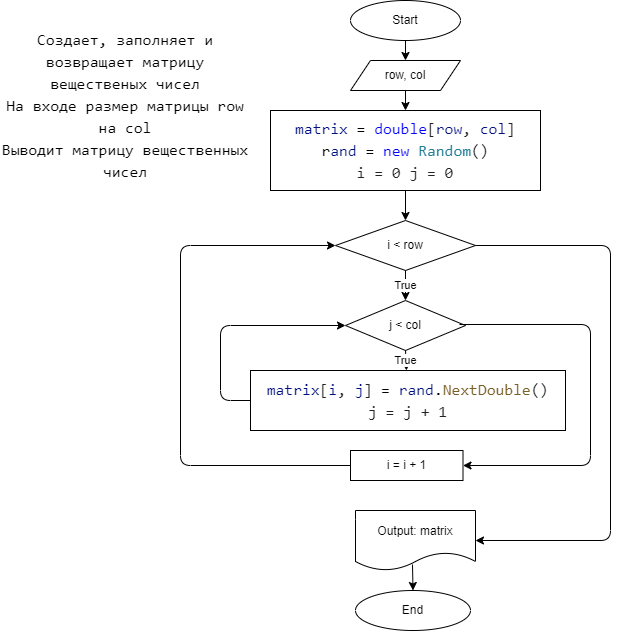
Earlier version of the draw.io export task_47/diagram.drawio.png (kononovaele/HomeTask_7). Source tidied: cells renumbered, new cells last; positions are measured from the earlier drawing's top-left corner, leaving out a move shared by most shapes. Its diagram source:
```xml
<mxGraphModel>
  <root>
    <mxCell id="0" />
    <mxCell id="1" parent="0" />
    <mxCell id="2" value="Start" style="ellipse;whiteSpace=wrap;html=1;" parent="1" vertex="1">
      <mxGeometry x="350" width="110" height="40" as="geometry" />
    </mxCell>
    <mxCell id="3" value="End" style="ellipse;whiteSpace=wrap;html=1;" parent="1" vertex="1">
      <mxGeometry x="355" y="590" width="115" height="40" as="geometry" />
    </mxCell>
    <mxCell id="4" value="&lt;div style=&quot;background-color: rgb(255 , 255 , 255) ; font-family: &amp;#34;consolas&amp;#34; , &amp;#34;courier new&amp;#34; , monospace ; font-size: 16px ; line-height: 22px&quot;&gt;&lt;div&gt;Создает, заполняет и возвращает матрицу вещественых чисел&lt;/div&gt;&lt;div&gt;На входе размер матрицы row на col&lt;/div&gt;&lt;div&gt;Выводит матрицу вещественных чисел&lt;/div&gt;&lt;/div&gt;" style="text;html=1;strokeColor=none;fillColor=none;align=center;verticalAlign=middle;whiteSpace=wrap;rounded=0;" parent="1" vertex="1">
      <mxGeometry y="10" width="250" height="190" as="geometry" />
    </mxCell>
    <mxCell id="5" value="row, col" style="shape=parallelogram;perimeter=parallelogramPerimeter;whiteSpace=wrap;html=1;fixedSize=1;fontColor=#000000;" parent="1" vertex="1">
      <mxGeometry x="350" y="60" width="110" height="30" as="geometry" />
    </mxCell>
    <mxCell id="6" value="&lt;div style=&quot;background-color: rgb(255 , 255 , 255) ; font-family: &amp;#34;consolas&amp;#34; , &amp;#34;courier new&amp;#34; , monospace ; font-size: 16px ; line-height: 22px&quot;&gt;&lt;div&gt;&lt;span style=&quot;color: #001080&quot;&gt;matrix&lt;/span&gt; = &lt;span style=&quot;color: #0000ff&quot;&gt;double&lt;/span&gt;&lt;span style=&quot;color: #222222&quot;&gt;[&lt;/span&gt;&lt;span style=&quot;color: #001080&quot;&gt;row&lt;/span&gt;&lt;span style=&quot;color: #222222&quot;&gt;,&lt;/span&gt; &lt;span style=&quot;color: #001080&quot;&gt;col&lt;/span&gt;&lt;span style=&quot;color: #222222&quot;&gt;]&lt;/span&gt;&lt;/div&gt;&lt;div&gt;r&lt;span style=&quot;color: rgb(0 , 16 , 128)&quot;&gt;and&lt;/span&gt; = &lt;span style=&quot;color: rgb(0 , 0 , 255)&quot;&gt;new&lt;/span&gt; &lt;span style=&quot;color: rgb(38 , 127 , 153)&quot;&gt;Random&lt;/span&gt;&lt;span style=&quot;color: rgb(34 , 34 , 34)&quot;&gt;(&lt;/span&gt;&lt;span style=&quot;color: rgb(34 , 34 , 34)&quot;&gt;)&lt;/span&gt;&lt;/div&gt;&lt;div&gt;&lt;span style=&quot;color: rgb(34 , 34 , 34)&quot;&gt;i = 0 j = 0&lt;/span&gt;&lt;/div&gt;&lt;/div&gt;" style="rounded=0;whiteSpace=wrap;html=1;fontColor=#000000;" parent="1" vertex="1">
      <mxGeometry x="270" y="110" width="270" height="80" as="geometry" />
    </mxCell>
    <mxCell id="7" value="i &amp;lt; row" style="rhombus;whiteSpace=wrap;html=1;fontColor=#000000;" parent="1" vertex="1">
      <mxGeometry x="335" y="220" width="140" height="50" as="geometry" />
    </mxCell>
    <mxCell id="8" value="j &amp;lt; col" style="rhombus;whiteSpace=wrap;html=1;fontColor=#000000;" parent="1" vertex="1">
      <mxGeometry x="345" y="300" width="120" height="50" as="geometry" />
    </mxCell>
    <mxCell id="9" value="&lt;div style=&quot;background-color: rgb(255 , 255 , 255) ; font-family: &amp;#34;consolas&amp;#34; , &amp;#34;courier new&amp;#34; , monospace ; font-size: 16px ; line-height: 22px&quot;&gt;&lt;span style=&quot;color: #001080&quot;&gt;matrix&lt;/span&gt;&lt;span style=&quot;color: #222222&quot;&gt;[&lt;/span&gt;&lt;span style=&quot;color: #001080&quot;&gt;i&lt;/span&gt;&lt;span style=&quot;color: #222222&quot;&gt;,&lt;/span&gt; &lt;span style=&quot;color: #001080&quot;&gt;j&lt;/span&gt;&lt;span style=&quot;color: #222222&quot;&gt;]&lt;/span&gt; = &lt;span style=&quot;color: #001080&quot;&gt;rand&lt;/span&gt;.&lt;span style=&quot;color: #795e26&quot;&gt;NextDouble&lt;/span&gt;&lt;span style=&quot;color: #222222&quot;&gt;(&lt;/span&gt;&lt;span style=&quot;color: #222222&quot;&gt;)&lt;/span&gt;&lt;/div&gt;&lt;div style=&quot;background-color: rgb(255 , 255 , 255) ; font-family: &amp;#34;consolas&amp;#34; , &amp;#34;courier new&amp;#34; , monospace ; font-size: 16px ; line-height: 22px&quot;&gt;&lt;span style=&quot;color: #222222&quot;&gt;j = j + 1&lt;/span&gt;&lt;/div&gt;" style="rounded=0;whiteSpace=wrap;html=1;fontColor=#000000;" parent="1" vertex="1">
      <mxGeometry x="250" y="370" width="315" height="60" as="geometry" />
    </mxCell>
    <mxCell id="10" value="i = i + 1" style="rounded=0;whiteSpace=wrap;html=1;fontColor=#000000;" parent="1" vertex="1">
      <mxGeometry x="350" y="450" width="112.5" height="30" as="geometry" />
    </mxCell>
    <mxCell id="11" value="Output: matrix" style="shape=document;whiteSpace=wrap;html=1;boundedLbl=1;fontColor=#000000;" parent="1" vertex="1">
      <mxGeometry x="355" y="510" width="120" height="60" as="geometry" />
    </mxCell>
    <mxCell id="12" style="endArrow=classic;html=1;fontColor=#000000;exitX=0.5;exitY=1;exitDx=0;exitDy=0;entryX=0.5;entryY=0;entryDx=0;entryDy=0;" parent="1" edge="1" source="2" target="5">
      <mxGeometry relative="1" as="geometry" />
    </mxCell>
    <mxCell id="13" style="endArrow=classic;html=1;fontColor=#000000;exitX=0.5;exitY=1;exitDx=0;exitDy=0;entryX=0.5;entryY=0;entryDx=0;entryDy=0;" parent="1" edge="1" source="5" target="6">
      <mxGeometry relative="1" as="geometry" />
    </mxCell>
    <mxCell id="14" style="endArrow=classic;html=1;fontColor=#000000;exitX=0.5;exitY=1;exitDx=0;exitDy=0;" parent="1" edge="1" source="6" target="7">
      <mxGeometry relative="1" as="geometry" />
    </mxCell>
    <mxCell id="15" value="True" style="endArrow=classic;html=1;fontColor=#000000;exitX=0.5;exitY=1;exitDx=0;exitDy=0;" parent="1" edge="1" source="7" target="8">
      <mxGeometry relative="1" as="geometry" />
    </mxCell>
    <mxCell id="16" value="True" style="endArrow=classic;html=1;fontColor=#000000;exitX=0.5;exitY=1;exitDx=0;exitDy=0;" parent="1" edge="1" source="8" target="9">
      <mxGeometry relative="1" as="geometry" />
    </mxCell>
    <mxCell id="17" style="endArrow=classic;html=1;fontColor=#000000;exitX=0;exitY=0.5;exitDx=0;exitDy=0;entryX=0;entryY=0.5;entryDx=0;entryDy=0;" parent="1" edge="1" source="9" target="8">
      <mxGeometry relative="1" as="geometry">
        <Array as="points">
          <mxPoint x="220" y="400" />
          <mxPoint x="220" y="325" />
        </Array>
      </mxGeometry>
    </mxCell>
    <mxCell id="18" style="endArrow=classic;html=1;fontColor=#000000;exitX=1;exitY=0.5;exitDx=0;exitDy=0;entryX=1;entryY=0.5;entryDx=0;entryDy=0;" parent="1" edge="1" source="7" target="11">
      <mxGeometry relative="1" as="geometry">
        <Array as="points">
          <mxPoint x="610" y="245" />
          <mxPoint x="610" y="540" />
        </Array>
      </mxGeometry>
    </mxCell>
    <mxCell id="19" style="endArrow=classic;html=1;fontColor=#000000;exitX=0.475;exitY=0.9;exitDx=0;exitDy=0;exitPerimeter=0;entryX=0.5;entryY=0;entryDx=0;entryDy=0;" parent="1" edge="1" source="11" target="3">
      <mxGeometry relative="1" as="geometry" />
    </mxCell>
    <mxCell id="20" style="endArrow=classic;html=1;fontColor=#000000;exitX=0.95;exitY=0.48;exitDx=0;exitDy=0;exitPerimeter=0;entryX=1;entryY=0.5;entryDx=0;entryDy=0;" parent="1" edge="1" source="8" target="10">
      <mxGeometry relative="1" as="geometry">
        <Array as="points">
          <mxPoint x="590" y="324" />
          <mxPoint x="590" y="465" />
        </Array>
      </mxGeometry>
    </mxCell>
    <mxCell id="21" style="endArrow=classic;html=1;fontColor=#000000;exitX=0;exitY=0.5;exitDx=0;exitDy=0;entryX=0;entryY=0.5;entryDx=0;entryDy=0;" parent="1" edge="1" source="10" target="7">
      <mxGeometry relative="1" as="geometry">
        <Array as="points">
          <mxPoint x="180" y="465" />
          <mxPoint x="180" y="245" />
        </Array>
      </mxGeometry>
    </mxCell>
  </root>
</mxGraphModel>
```
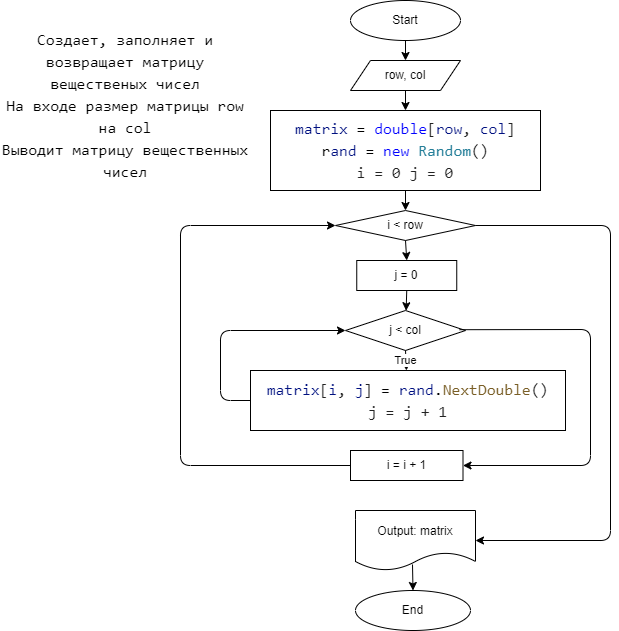
The same file after the commit.

Commit message:
add block-schema to task_50

Change to the diagram source:
```diff
@@ -18,10 +18,10 @@
       <mxGeometry x="270" y="110" width="270" height="80" as="geometry" />
     </mxCell>
     <mxCell id="7" value="i &amp;lt; row" style="rhombus;whiteSpace=wrap;html=1;fontColor=#000000;" parent="1" vertex="1">
-      <mxGeometry x="335" y="220" width="140" height="50" as="geometry" />
+      <mxGeometry x="335" y="210" width="140" height="30" as="geometry" />
     </mxCell>
     <mxCell id="8" value="j &amp;lt; col" style="rhombus;whiteSpace=wrap;html=1;fontColor=#000000;" parent="1" vertex="1">
-      <mxGeometry x="345" y="300" width="120" height="50" as="geometry" />
+      <mxGeometry x="345" y="310" width="120" height="40" as="geometry" />
     </mxCell>
     <mxCell id="9" value="&lt;div style=&quot;background-color: rgb(255 , 255 , 255) ; font-family: &amp;#34;consolas&amp;#34; , &amp;#34;courier new&amp;#34; , monospace ; font-size: 16px ; line-height: 22px&quot;&gt;&lt;span style=&quot;color: #001080&quot;&gt;matrix&lt;/span&gt;&lt;span style=&quot;color: #222222&quot;&gt;[&lt;/span&gt;&lt;span style=&quot;color: #001080&quot;&gt;i&lt;/span&gt;&lt;span style=&quot;color: #222222&quot;&gt;,&lt;/span&gt; &lt;span style=&quot;color: #001080&quot;&gt;j&lt;/span&gt;&lt;span style=&quot;color: #222222&quot;&gt;]&lt;/span&gt; = &lt;span style=&quot;color: #001080&quot;&gt;rand&lt;/span&gt;.&lt;span style=&quot;color: #795e26&quot;&gt;NextDouble&lt;/span&gt;&lt;span style=&quot;color: #222222&quot;&gt;(&lt;/span&gt;&lt;span style=&quot;color: #222222&quot;&gt;)&lt;/span&gt;&lt;/div&gt;&lt;div style=&quot;background-color: rgb(255 , 255 , 255) ; font-family: &amp;#34;consolas&amp;#34; , &amp;#34;courier new&amp;#34; , monospace ; font-size: 16px ; line-height: 22px&quot;&gt;&lt;span style=&quot;color: #222222&quot;&gt;j = j + 1&lt;/span&gt;&lt;/div&gt;" style="rounded=0;whiteSpace=wrap;html=1;fontColor=#000000;" parent="1" vertex="1">
       <mxGeometry x="250" y="370" width="315" height="60" as="geometry" />
@@ -41,9 +41,6 @@
     <mxCell id="14" style="endArrow=classic;html=1;fontColor=#000000;exitX=0.5;exitY=1;exitDx=0;exitDy=0;" parent="1" edge="1" source="6" target="7">
       <mxGeometry relative="1" as="geometry" />
     </mxCell>
-    <mxCell id="15" value="True" style="endArrow=classic;html=1;fontColor=#000000;exitX=0.5;exitY=1;exitDx=0;exitDy=0;" parent="1" edge="1" source="7" target="8">
-      <mxGeometry relative="1" as="geometry" />
-    </mxCell>
     <mxCell id="16" value="True" style="endArrow=classic;html=1;fontColor=#000000;exitX=0.5;exitY=1;exitDx=0;exitDy=0;" parent="1" edge="1" source="8" target="9">
       <mxGeometry relative="1" as="geometry" />
     </mxCell>
@@ -51,14 +48,14 @@
       <mxGeometry relative="1" as="geometry">
         <Array as="points">
           <mxPoint x="220" y="400" />
-          <mxPoint x="220" y="325" />
+          <mxPoint x="220" y="330" />
         </Array>
       </mxGeometry>
     </mxCell>
     <mxCell id="18" style="endArrow=classic;html=1;fontColor=#000000;exitX=1;exitY=0.5;exitDx=0;exitDy=0;entryX=1;entryY=0.5;entryDx=0;entryDy=0;" parent="1" edge="1" source="7" target="11">
       <mxGeometry relative="1" as="geometry">
         <Array as="points">
-          <mxPoint x="610" y="245" />
+          <mxPoint x="610" y="225" />
           <mxPoint x="610" y="540" />
         </Array>
       </mxGeometry>
@@ -69,7 +66,7 @@
     <mxCell id="20" style="endArrow=classic;html=1;fontColor=#000000;exitX=0.95;exitY=0.48;exitDx=0;exitDy=0;exitPerimeter=0;entryX=1;entryY=0.5;entryDx=0;entryDy=0;" parent="1" edge="1" source="8" target="10">
       <mxGeometry relative="1" as="geometry">
         <Array as="points">
-          <mxPoint x="590" y="324" />
+          <mxPoint x="590" y="329" />
           <mxPoint x="590" y="465" />
         </Array>
       </mxGeometry>
@@ -78,9 +75,18 @@
       <mxGeometry relative="1" as="geometry">
         <Array as="points">
           <mxPoint x="180" y="465" />
-          <mxPoint x="180" y="245" />
+          <mxPoint x="180" y="225" />
         </Array>
       </mxGeometry>
     </mxCell>
+    <mxCell id="22" value="j = 0" style="rounded=0;whiteSpace=wrap;html=1;" parent="1" vertex="1">
+      <mxGeometry x="356.2" y="260" width="100" height="30" as="geometry" />
+    </mxCell>
+    <mxCell id="23" style="endArrow=classic;html=1;exitX=0.5;exitY=1;exitDx=0;exitDy=0;entryX=0.5;entryY=0;entryDx=0;entryDy=0;" parent="1" edge="1" source="7" target="22">
+      <mxGeometry relative="1" as="geometry" />
+    </mxCell>
+    <mxCell id="24" style="endArrow=classic;html=1;exitX=0.5;exitY=1;exitDx=0;exitDy=0;" parent="1" edge="1" source="22" target="8">
+      <mxGeometry relative="1" as="geometry" />
+    </mxCell>
   </root>
 </mxGraphModel>
```
